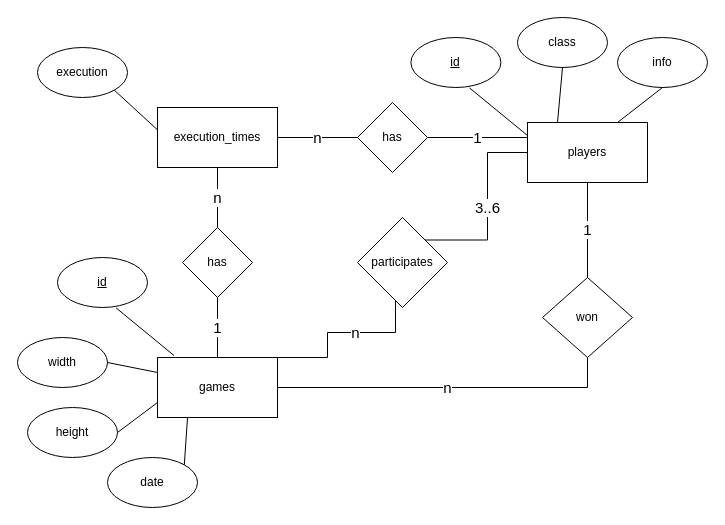
Above: dokumentation/Dokumente/er-diagram.drawio in jonashellmann/informaticup21-team-chillow (draw.io), before the change. Source tidied: cells renumbered, new cells numbered last; positions are measured from the earlier drawing's top-left corner, leaving out a move shared by most shapes. Both pictures are drawn from the tidied source at 100%, with x=0, y=0 at pixel (17, 17).
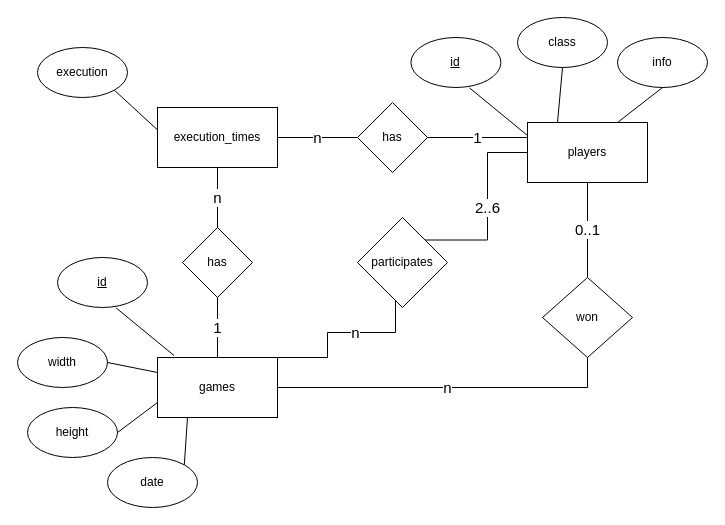
Above is the later version.

Commit message (it also covers changes not shown here):
Kardinalitäten zwischen Spielen und Spielern angepasst

Unchanged cells that the change refers to:
```xml
<mxCell id="22" value="participates" style="rhombus;whiteSpace=wrap;html=1;" parent="1" vertex="1">
  <mxGeometry x="340" y="200" width="90" height="90" as="geometry" />
</mxCell>
<mxCell id="25" value="players" style="rounded=0;whiteSpace=wrap;html=1;" parent="1" vertex="1">
  <mxGeometry x="510" y="105" width="120" height="60" as="geometry" />
</mxCell>
<mxCell id="31" value="won" style="rhombus;whiteSpace=wrap;html=1;" parent="1" vertex="1">
  <mxGeometry x="525" y="260" width="90" height="80" as="geometry" />
</mxCell>
```

The edit, as a diff of the source:
```diff
@@
-    <mxCell id="21" value="3..6" style="edgeStyle=orthogonalEdgeStyle;rounded=0;jettySize=auto;html=1;exitX=1;exitY=0;exitDx=0;exitDy=0;entryX=0;entryY=0.5;entryDx=0;entryDy=0;endArrow=none;endFill=0;strokeColor=#000000;fontSize=15;" parent="1" edge="1" source="22" target="25">
+    <mxCell id="21" value="2..6" style="edgeStyle=orthogonalEdgeStyle;rounded=0;jettySize=auto;html=1;exitX=1;exitY=0;exitDx=0;exitDy=0;entryX=0;entryY=0.5;entryDx=0;entryDy=0;endArrow=none;endFill=0;strokeColor=#000000;fontSize=15;" parent="1" edge="1" source="22" target="25">
       <mxGeometry relative="1" as="geometry" />
     </mxCell>
@@
-    <mxCell id="30" value="1" style="edgeStyle=orthogonalEdgeStyle;rounded=0;jettySize=auto;html=1;entryX=0.5;entryY=1;entryDx=0;entryDy=0;endArrow=none;endFill=0;strokeColor=#000000;fontSize=15;" parent="1" edge="1" source="31" target="25">
-      <mxGeometry relative="1" as="geometry" />
+    <mxCell id="30" value="0..1" style="edgeStyle=orthogonalEdgeStyle;rounded=0;jettySize=auto;html=1;entryX=0.5;entryY=1;entryDx=0;entryDy=0;endArrow=none;endFill=0;strokeColor=#000000;fontSize=15;" parent="1" edge="1" source="31" target="25">
+      <mxGeometry relative="1" as="geometry">
+        <Array as="points">
+          <mxPoint x="570" y="210" />
+          <mxPoint x="570" y="210" />
+        </Array>
+      </mxGeometry>
     </mxCell>
```
